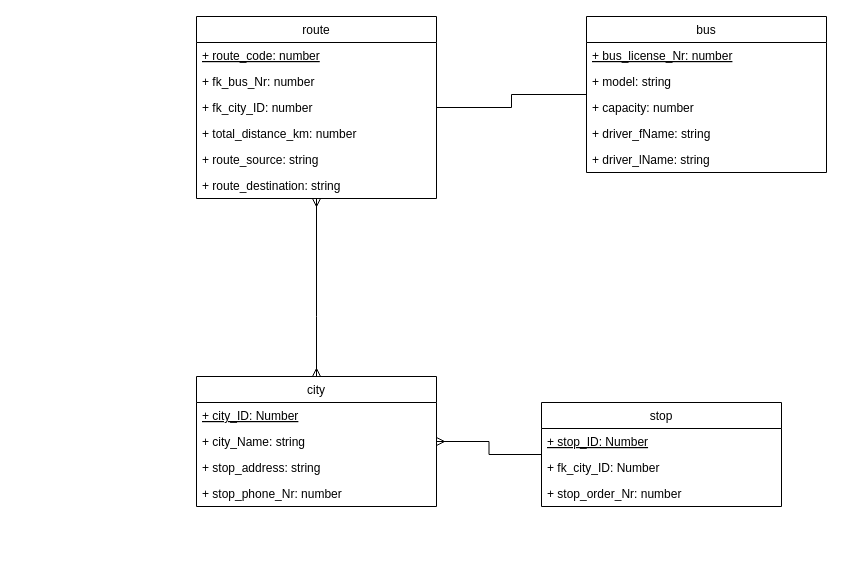
This is page "EX4" (2 of 4) of peter/BEDay1a.drawio from mastapetz/BE16-DBDev-DAY1-Peter-Philipp, a draw.io file, before an edit. Source tidied: cells renumbered, new cells numbered last; positions are measured from the earlier drawing's top-left corner, leaving out a move shared by most shapes. Both pictures are drawn from the tidied source at 100%, with x=0, y=0 at pixel (196, 16).
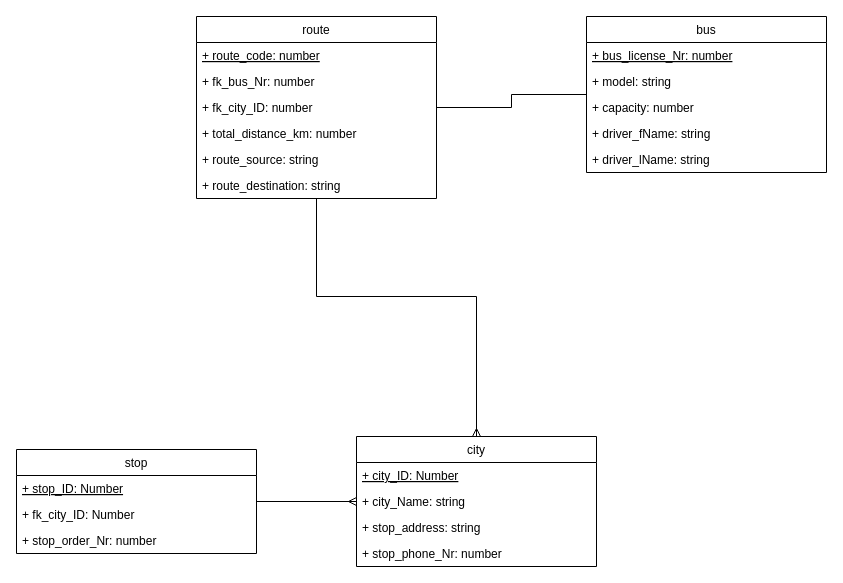
Above is the later version.

Unchanged cells that the change refers to:
```xml
<mxCell id="4" value="route" style="swimlane;fontStyle=0;horizontal=1;startSize=26;fillColor=none;" parent="1" vertex="1">
  <mxGeometry width="240" height="182" as="geometry" />
</mxCell>
```

Diff of the diagram source:
```diff
@@
-    <mxCell id="3" style="edgeStyle=orthogonalEdgeStyle;rounded=0;jettySize=auto;html=1;startArrow=ERmany;startFill=0;endArrow=ERmany;endFill=0;entryX=0.5;entryY=0;entryDx=0;entryDy=0;" parent="1" edge="1" source="4" target="18">
+    <mxCell id="3" style="edgeStyle=orthogonalEdgeStyle;rounded=0;jettySize=auto;html=1;startArrow=none;startFill=0;endArrow=ERmany;endFill=0;entryX=0.5;entryY=0;entryDx=0;entryDy=0;" parent="1" edge="1" source="4" target="18">
       <mxGeometry relative="1" as="geometry">
         <Array as="points">
-          <mxPoint x="120" y="300" />
-          <mxPoint x="120" y="300" />
+          <mxPoint x="120" y="280" />
+          <mxPoint x="280" y="280" />
         </Array>
       </mxGeometry>
     </mxCell>
@@
     <mxCell id="18" value="city" style="swimlane;fontStyle=0;horizontal=1;startSize=26;fillColor=none;" parent="1" vertex="1">
-      <mxGeometry y="360" width="240" height="130" as="geometry" />
+      <mxGeometry x="160" y="420" width="240" height="130" as="geometry" />
     </mxCell>
@@
     <mxCell id="23" value="stop" style="swimlane;fontStyle=0;horizontal=1;startSize=26;fillColor=none;strokeColor=rgb(0, 0, 0);fontColor=rgb(0, 0, 0);" parent="1" vertex="1">
-      <mxGeometry x="345" y="386" width="240" height="104" as="geometry" />
+      <mxGeometry x="-180" y="433" width="240" height="104" as="geometry" />
     </mxCell>
```
